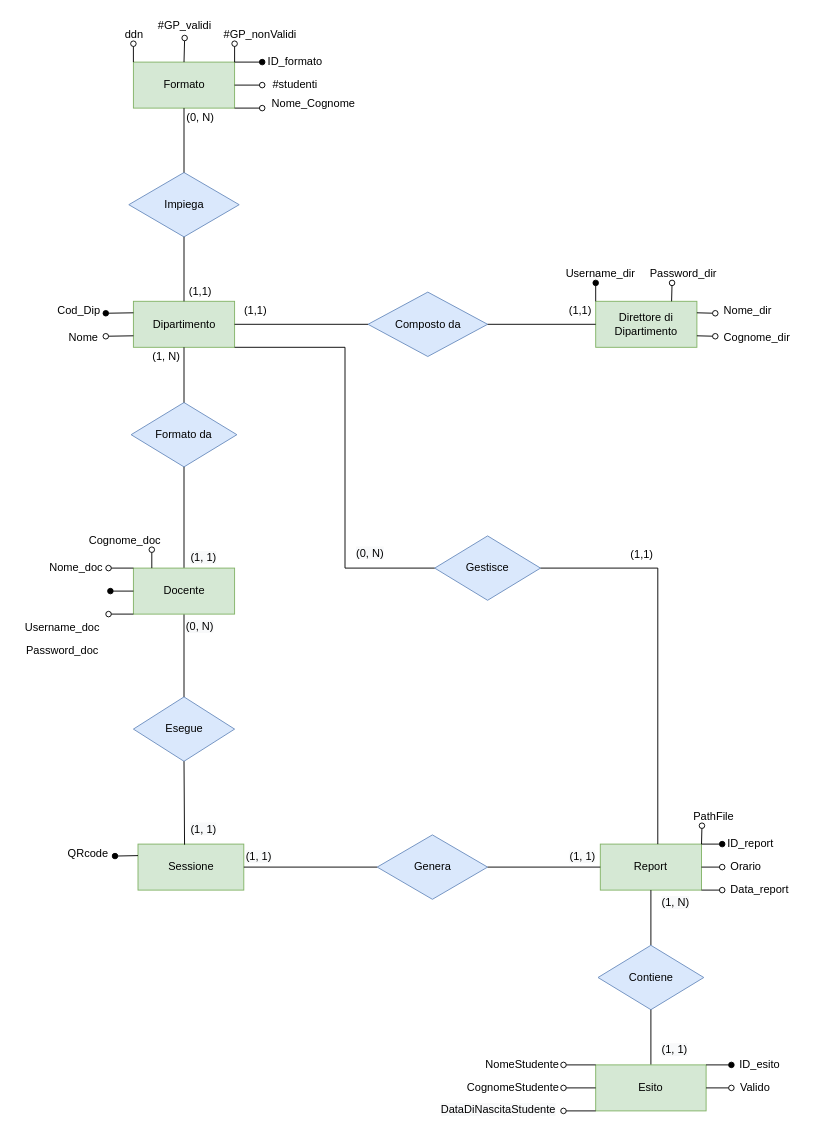
Alberto-00/EasyPass keeps this draw.io diagram as Database/Modello concettuale/database.drawio. Above is the earlier version. Source tidied: cells renumbered, new cells numbered last; positions are measured from the earlier drawing's top-left corner, leaving out a move shared by most shapes. Both pictures are drawn from the tidied source at 92%, with x=0, y=0 at pixel (16, 16).
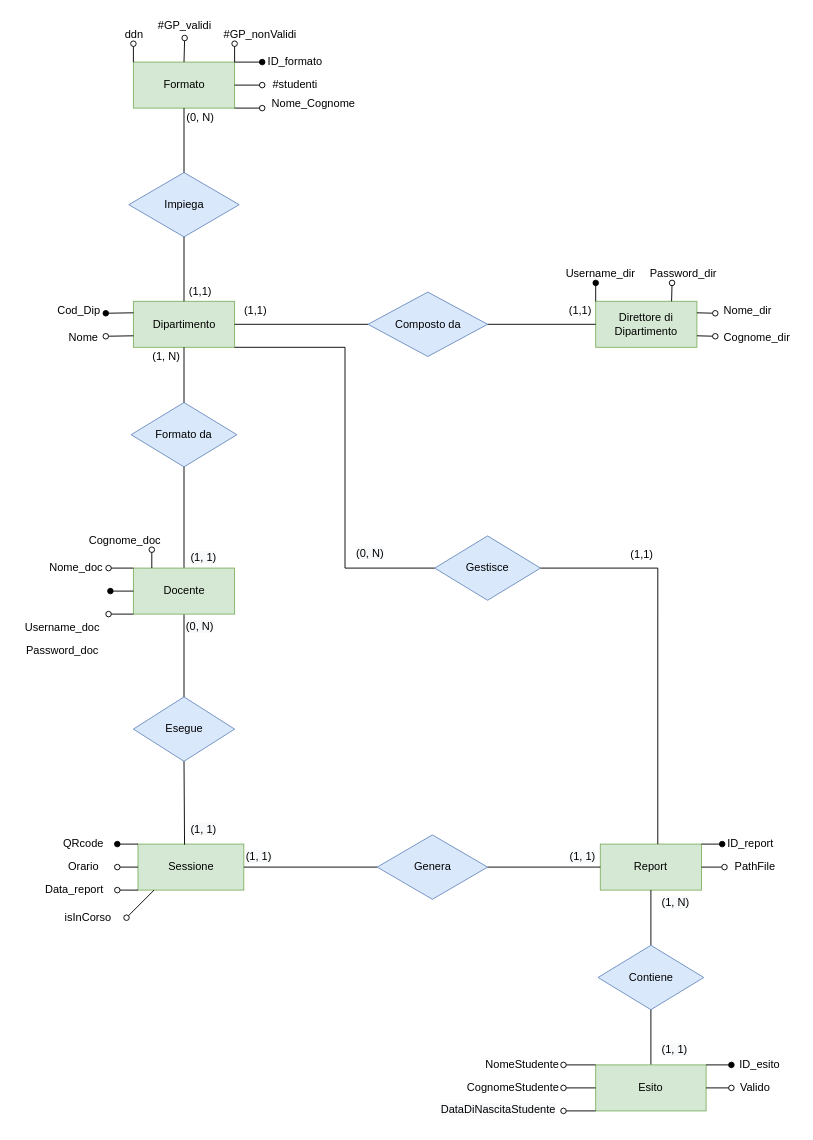
The same page after the edit.

Unchanged cells that the change refers to:
```xml
<mxCell id="9" value="Sessione" style="rounded=0;whiteSpace=wrap;html=1;fillColor=#d5e8d4;strokeColor=#82b366;" parent="1" vertex="1">
  <mxGeometry x="132.5" y="900" width="115" height="50" as="geometry" />
</mxCell>
<mxCell id="10" value="Report" style="rounded=0;whiteSpace=wrap;html=1;fillColor=#d5e8d4;strokeColor=#82b366;" parent="1" vertex="1">
  <mxGeometry x="635" y="900" width="110" height="50" as="geometry" />
</mxCell>
```

What changed in the source:
```diff
@@
-    <mxCell id="72" style="endArrow=none;html=1;rounded=0;startArrow=oval;startFill=1;entryX=0;entryY=0.25;entryDx=0;entryDy=0;" parent="1" edge="1" target="9">
+    <mxCell id="72" style="endArrow=none;html=1;rounded=0;startArrow=oval;startFill=1;entryX=0;entryY=0;entryDx=0;entryDy=0;" parent="1" edge="1" target="9">
       <mxGeometry relative="1" as="geometry">
-        <mxPoint x="107.5" y="913" as="sourcePoint" />
+        <mxPoint x="110" y="900" as="sourcePoint" />
       </mxGeometry>
     </mxCell>
     <mxCell id="73" value="QRcode" style="text;html=1;align=center;verticalAlign=middle;strokeColor=none;fillColor=none;fontColor=#000000;" parent="1" vertex="1">
-      <mxGeometry x="47.5" y="900" width="60" height="20" as="geometry" />
+      <mxGeometry x="42.5" y="890" width="60" height="20" as="geometry" />
     </mxCell>
@@
-    <mxCell id="76" style="endArrow=none;html=1;rounded=0;entryX=1;entryY=0.5;entryDx=0;entryDy=0;startArrow=oval;startFill=0;" parent="1" edge="1" target="10">
+    <mxCell id="76" style="endArrow=none;html=1;rounded=0;entryX=0;entryY=0.5;entryDx=0;entryDy=0;startArrow=oval;startFill=0;" parent="1" edge="1" target="9">
       <mxGeometry relative="1" as="geometry">
-        <mxPoint x="767.5" y="925" as="sourcePoint" />
+        <mxPoint x="110" y="925" as="sourcePoint" />
       </mxGeometry>
     </mxCell>
     <mxCell id="77" value="Orario" style="text;html=1;align=center;verticalAlign=middle;strokeColor=none;fillColor=none;fontColor=#000000;" parent="1" vertex="1">
-      <mxGeometry x="767.5" y="915" width="50" height="20" as="geometry" />
+      <mxGeometry x="47.5" y="915" width="50" height="20" as="geometry" />
     </mxCell>
-    <mxCell id="78" style="endArrow=none;html=1;rounded=0;entryX=1;entryY=1;entryDx=0;entryDy=0;startArrow=oval;startFill=0;" parent="1" edge="1" target="10">
+    <mxCell id="78" style="endArrow=none;html=1;rounded=0;entryX=0;entryY=1;entryDx=0;entryDy=0;startArrow=oval;startFill=0;" parent="1" edge="1" target="9">
       <mxGeometry relative="1" as="geometry">
-        <mxPoint x="767.5" y="950" as="sourcePoint" />
+        <mxPoint x="110" y="950" as="sourcePoint" />
       </mxGeometry>
     </mxCell>
     <mxCell id="79" value="Data_report" style="text;html=1;align=center;verticalAlign=middle;strokeColor=none;fillColor=none;fontColor=#000000;" parent="1" vertex="1">
-      <mxGeometry x="767.5" y="940" width="80" height="20" as="geometry" />
+      <mxGeometry x="22.5" y="940" width="80" height="20" as="geometry" />
     </mxCell>
-    <mxCell id="80" style="endArrow=none;html=1;rounded=0;entryX=1;entryY=0;entryDx=0;entryDy=0;startArrow=oval;startFill=0;" parent="1" edge="1" target="10">
+    <mxCell id="80" style="endArrow=none;html=1;rounded=0;entryX=1;entryY=0.5;entryDx=0;entryDy=0;startArrow=oval;startFill=0;" parent="1" edge="1" target="10">
       <mxGeometry relative="1" as="geometry">
-        <mxPoint x="745.5" y="880" as="sourcePoint" />
+        <mxPoint x="770" y="925" as="sourcePoint" />
       </mxGeometry>
     </mxCell>
     <mxCell id="81" value="PathFile" style="text;html=1;align=center;verticalAlign=middle;strokeColor=none;fillColor=none;fontColor=#000000;" parent="1" vertex="1">
-      <mxGeometry x="727.5" y="860" width="60" height="20" as="geometry" />
+      <mxGeometry x="772.5" y="915" width="60" height="20" as="geometry" />
     </mxCell>
@@
+    <mxCell id="98" style="endArrow=none;html=1;rounded=0;startArrow=oval;startFill=0;" parent="1" edge="1">
+      <mxGeometry relative="1" as="geometry">
+        <mxPoint x="120" y="980" as="sourcePoint" />
+        <mxPoint x="150" y="950" as="targetPoint" />
+      </mxGeometry>
+    </mxCell>
+    <mxCell id="99" value="isInCorso" style="text;html=1;align=center;verticalAlign=middle;strokeColor=none;fillColor=none;" parent="1" vertex="1">
+      <mxGeometry x="42.5" y="970" width="70" height="20" as="geometry" />
+    </mxCell>
```
